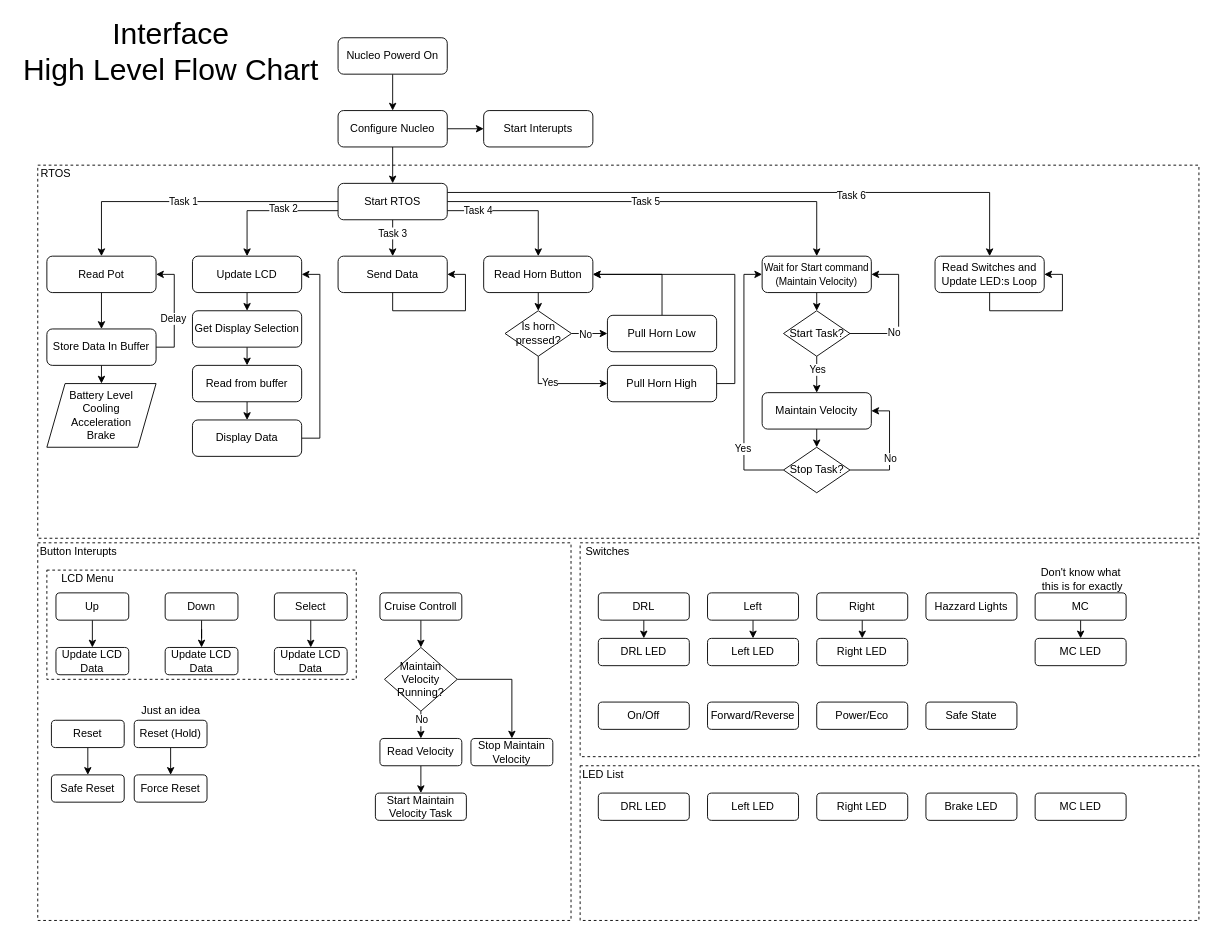
Before: page "Interface - High Level" (1 of 3) of Block diagrams/TestBenchFlowChart.drawio in Mojitas/MUST-Autonics, a draw.io diagram. Source tidied: cells renumbered, new cells numbered last; positions are measured from the earlier drawing's top-left corner, leaving out a move shared by most shapes. Both pictures are drawn from the tidied source at 91%, with x=0, y=0 at pixel (15, 28).
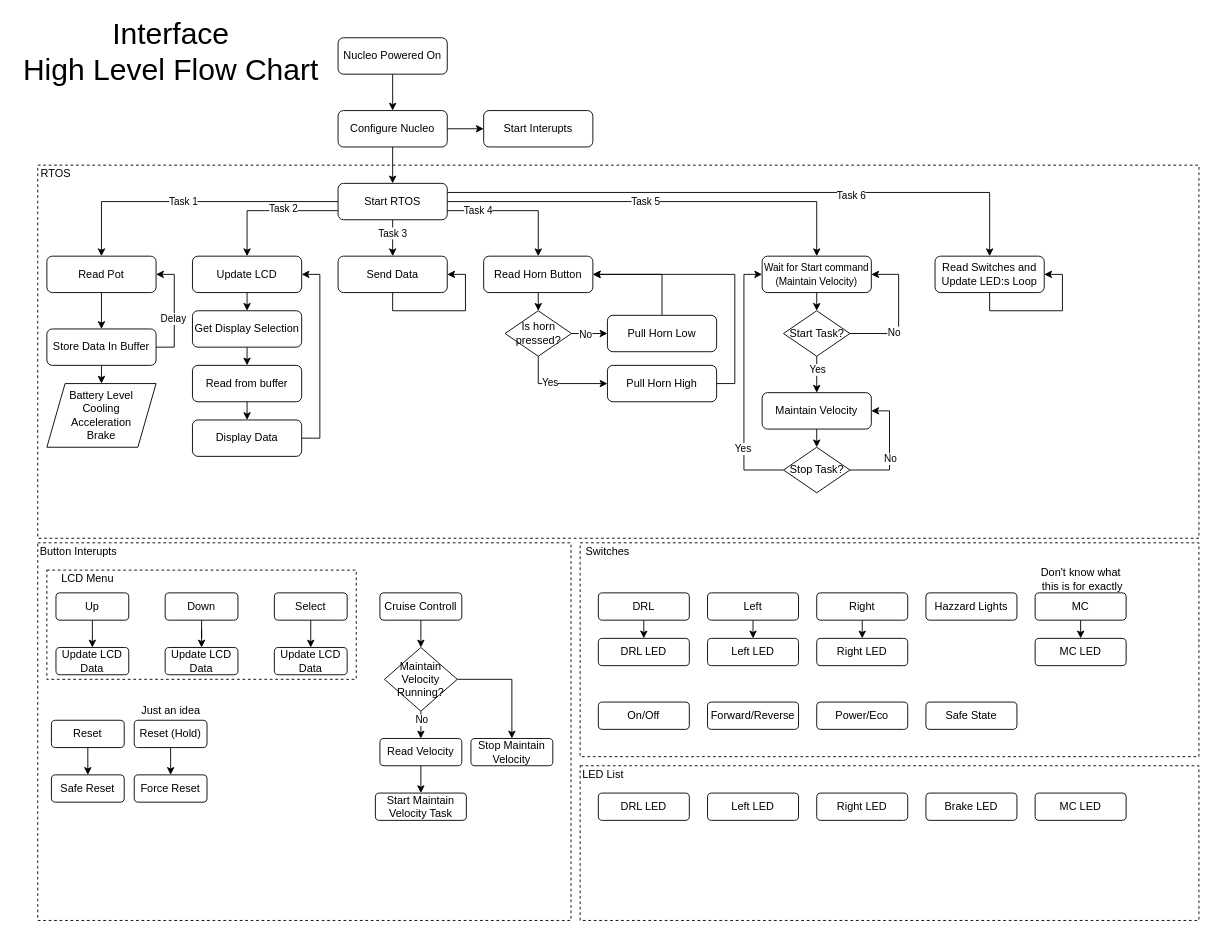
Above is the later version.

Commit message (it also covers changes not shown here):
Added Test Bench Design to Git

Diff of the diagram source:
```diff
@@
-    <mxCell id="3" value="Nucleo Powerd On" style="rounded=1;whiteSpace=wrap;html=1;fontSize=12;glass=0;strokeWidth=1;shadow=0;" parent="1" vertex="1">
+    <mxCell id="3" value="Nucleo Powered On" style="rounded=1;whiteSpace=wrap;html=1;fontSize=12;glass=0;strokeWidth=1;shadow=0;" parent="1" vertex="1">
       <mxGeometry x="354" y="10" width="120" height="40" as="geometry" />
     </mxCell>
```
